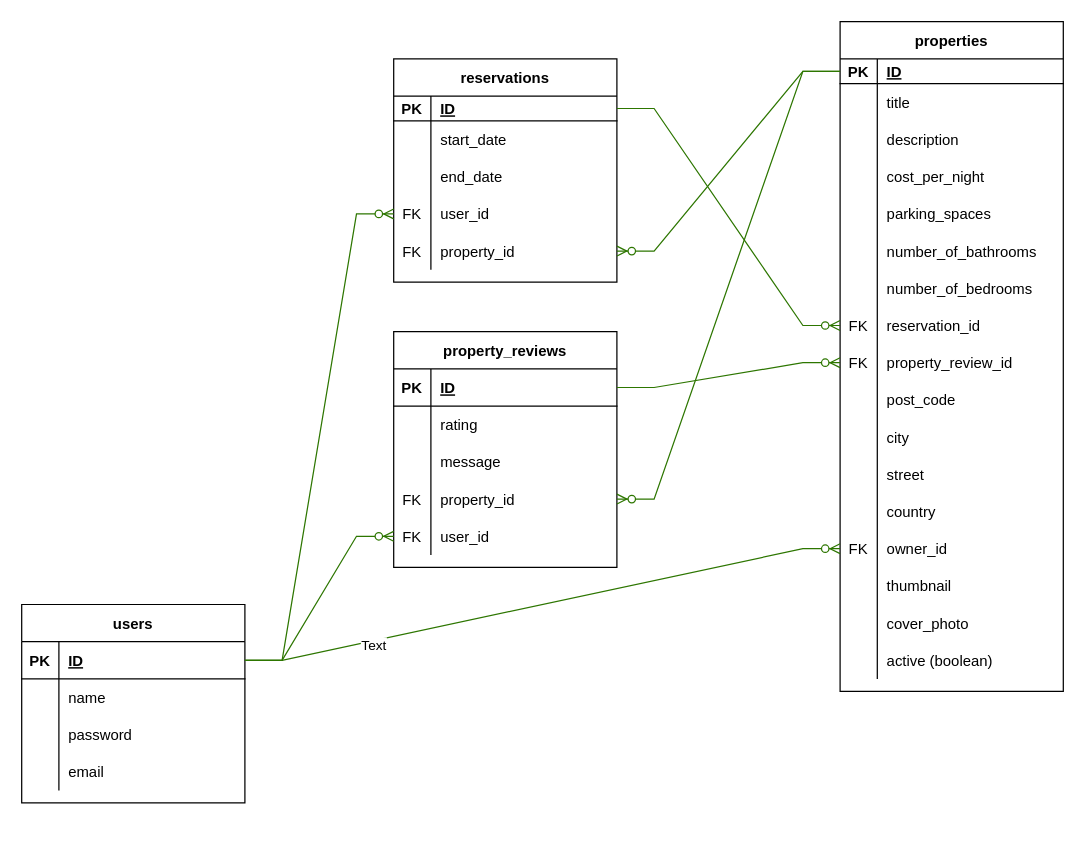
Earlier version of the draw.io diagram Untitled Diagram.drawio (Alvintol/BootcampX). Source tidied: cells renumbered, new cells numbered last; positions are measured from the earlier drawing's top-left corner, leaving out a move shared by most shapes. Both pictures are drawn from the tidied source at 124%, with x=0, y=0 at pixel (21, 21).
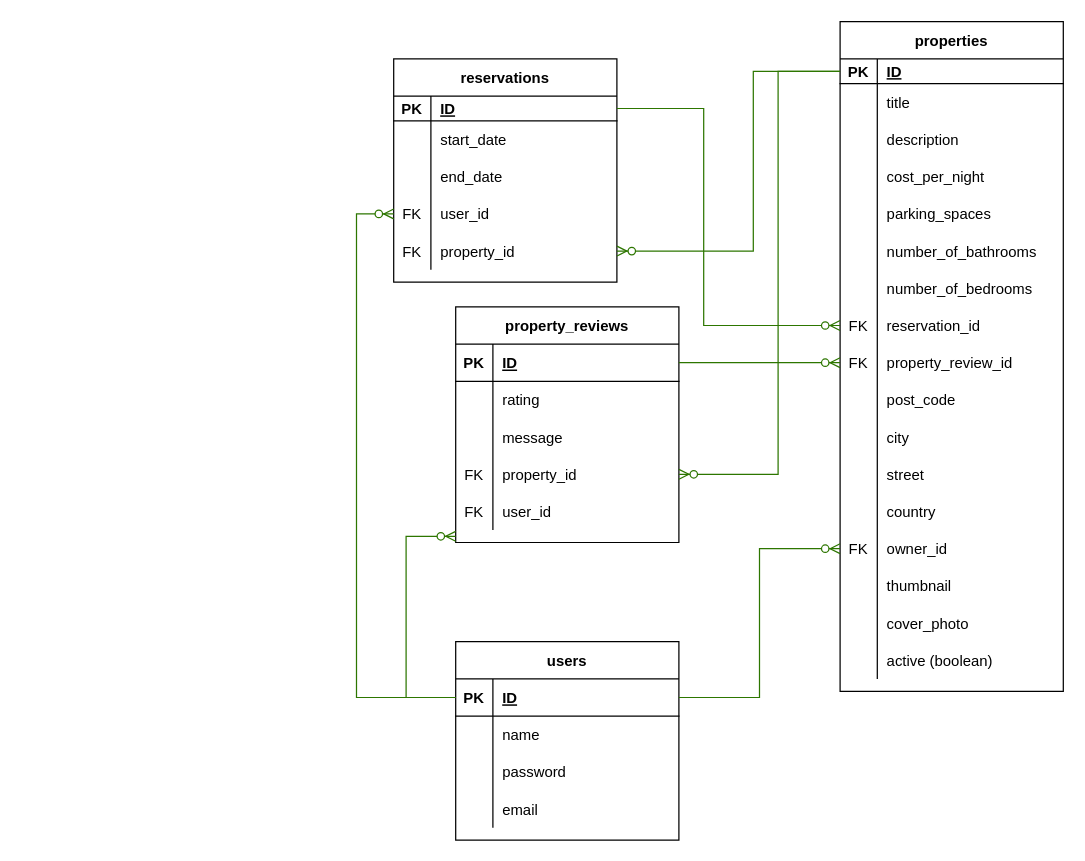
After the change.

Unchanged cells that the change refers to:
```xml
<mxCell id="12" style="shape=tableRow;horizontal=0;startSize=0;swimlaneHead=0;swimlaneBody=0;fillColor=none;points=[[0,0.5],[1,0.5]];portConstraint=eastwest;top=0;left=0;right=0;bottom=0;" parent="2" vertex="1">
  <mxGeometry y="120" width="180" height="30" as="geometry" />
</mxCell>
<mxCell id="15" style="shape=tableRow;horizontal=0;startSize=0;swimlaneHead=0;swimlaneBody=0;fillColor=none;points=[[0,0.5],[1,0.5]];portConstraint=eastwest;top=0;left=0;right=0;bottom=0;" parent="2" vertex="1">
  <mxGeometry y="150" width="180" height="30" as="geometry" />
</mxCell>
<mxCell id="19" style="shape=tableRow;horizontal=0;startSize=0;swimlaneHead=0;swimlaneBody=0;fillColor=none;points=[[0,0.5],[1,0.5]];portConstraint=eastwest;top=0;left=0;right=0;bottom=1;" parent="18" vertex="1">
  <mxGeometry y="30" width="180" height="30" as="geometry" />
</mxCell>
<mxCell id="32" style="shape=tableRow;horizontal=0;startSize=0;swimlaneHead=0;swimlaneBody=0;fillColor=none;points=[[0,0.5],[1,0.5]];portConstraint=eastwest;top=0;left=0;right=0;bottom=1;" parent="31" vertex="1">
  <mxGeometry y="30" width="180" height="20" as="geometry" />
</mxCell>
<mxCell id="41" style="shape=tableRow;horizontal=0;startSize=0;swimlaneHead=0;swimlaneBody=0;fillColor=none;points=[[0,0.5],[1,0.5]];portConstraint=eastwest;top=0;left=0;right=0;bottom=0;" parent="31" vertex="1">
  <mxGeometry y="110" width="180" height="30" as="geometry" />
</mxCell>
<mxCell id="44" style="shape=tableRow;horizontal=0;startSize=0;swimlaneHead=0;swimlaneBody=0;fillColor=none;points=[[0,0.5],[1,0.5]];portConstraint=eastwest;top=0;left=0;right=0;bottom=0;" parent="31" vertex="1">
  <mxGeometry y="140" width="180" height="30" as="geometry" />
</mxCell>
<mxCell id="48" style="shape=tableRow;horizontal=0;startSize=0;swimlaneHead=0;swimlaneBody=0;fillColor=none;points=[[0,0.5],[1,0.5]];portConstraint=eastwest;top=0;left=0;right=0;bottom=1;" parent="47" vertex="1">
  <mxGeometry y="30" width="180" height="20" as="geometry" />
</mxCell>
<mxCell id="69" style="shape=tableRow;horizontal=0;startSize=0;swimlaneHead=0;swimlaneBody=0;fillColor=none;points=[[0,0.5],[1,0.5]];portConstraint=eastwest;top=0;left=0;right=0;bottom=0;" parent="47" vertex="1">
  <mxGeometry y="230" width="180" height="30" as="geometry" />
</mxCell>
<mxCell id="87" style="shape=tableRow;horizontal=0;startSize=0;swimlaneHead=0;swimlaneBody=0;fillColor=none;points=[[0,0.5],[1,0.5]];portConstraint=eastwest;top=0;left=0;right=0;bottom=0;" parent="47" vertex="1">
  <mxGeometry y="410" width="180" height="30" as="geometry" />
</mxCell>
```

What changed in the source:
```diff
@@
     <mxCell id="2" value="property_reviews" style="shape=table;startSize=30;childLayout=tableLayout;rowLines=0;fontStyle=1;align=center;" parent="1" vertex="1">
-      <mxGeometry x="300" y="250" width="180" height="190" as="geometry" />
+      <mxGeometry x="350" y="230" width="180" height="190" as="geometry" />
     </mxCell>
@@
     <mxCell id="18" value="users" style="shape=table;startSize=30;childLayout=tableLayout;rowLines=0;fontStyle=1;align=center;" parent="1" vertex="1">
-      <mxGeometry y="470" width="180" height="160" as="geometry" />
+      <mxGeometry x="350" y="500" width="180" height="160" as="geometry" />
     </mxCell>
@@
-    <mxCell id="99" style="edgeStyle=entityRelationEdgeStyle;fontSize=12;html=1;endArrow=ERzeroToMany;endFill=1;rounded=0;fillColor=#60a917;strokeColor=#2D7600;entryX=0;entryY=0.5;entryDx=0;entryDy=0;exitX=1;exitY=0.5;exitDx=0;exitDy=0;" parent="1" edge="1" source="19" target="15">
-      <mxGeometry relative="1" as="geometry" />
+    <mxCell id="99" style="edgeStyle=elbowEdgeStyle;fontSize=12;html=1;endArrow=ERzeroToMany;endFill=1;rounded=0;fillColor=#60a917;strokeColor=#2D7600;exitX=0;exitY=0.5;exitDx=0;exitDy=0;" parent="1" edge="1" source="19">
+      <mxGeometry relative="1" as="geometry">
+        <mxPoint x="350" y="415" as="targetPoint" />
+        <Array as="points">
+          <mxPoint x="310" y="480" />
+        </Array>
+      </mxGeometry>
     </mxCell>
-    <mxCell id="100" style="edgeStyle=entityRelationEdgeStyle;fontSize=12;html=1;endArrow=ERzeroToMany;endFill=1;rounded=0;exitX=1;exitY=0.5;exitDx=0;exitDy=0;entryX=0;entryY=0.5;entryDx=0;entryDy=0;fillColor=#60a917;strokeColor=#2D7600;" parent="1" edge="1" source="32" target="69">
-      <mxGeometry relative="1" as="geometry" />
+    <mxCell id="100" style="edgeStyle=elbowEdgeStyle;fontSize=12;html=1;endArrow=ERzeroToMany;endFill=1;rounded=0;exitX=1;exitY=0.5;exitDx=0;exitDy=0;entryX=0;entryY=0.5;entryDx=0;entryDy=0;fillColor=#60a917;strokeColor=#2D7600;" parent="1" edge="1" source="32" target="69">
+      <mxGeometry relative="1" as="geometry">
+        <Array as="points">
+          <mxPoint x="550" y="160" />
+        </Array>
+      </mxGeometry>
     </mxCell>
-    <mxCell id="101" style="edgeStyle=entityRelationEdgeStyle;fontSize=12;html=1;endArrow=ERzeroToMany;endFill=1;rounded=0;exitX=1;exitY=0.5;exitDx=0;exitDy=0;fillColor=#60a917;strokeColor=#2D7600;entryX=0;entryY=0.5;entryDx=0;entryDy=0;" parent="1" edge="1" source="19" target="41">
-      <mxGeometry relative="1" as="geometry" />
+    <mxCell id="101" style="edgeStyle=elbowEdgeStyle;fontSize=12;html=1;endArrow=ERzeroToMany;endFill=1;rounded=0;fillColor=#60a917;strokeColor=#2D7600;exitX=0;exitY=0.5;exitDx=0;exitDy=0;entryX=0;entryY=0.5;entryDx=0;entryDy=0;" parent="1" edge="1" source="19" target="41">
+      <mxGeometry relative="1" as="geometry">
+        <Array as="points">
+          <mxPoint x="270" y="330" />
+        </Array>
+      </mxGeometry>
     </mxCell>
@@
-    <mxCell id="103" style="edgeStyle=entityRelationEdgeStyle;fontSize=12;html=1;endArrow=ERzeroToMany;endFill=1;rounded=0;exitX=0;exitY=0.5;exitDx=0;exitDy=0;entryX=1;entryY=0.5;entryDx=0;entryDy=0;fillColor=#60a917;strokeColor=#2D7600;" parent="1" edge="1" source="48" target="12">
-      <mxGeometry relative="1" as="geometry" />
+    <mxCell id="103" style="edgeStyle=elbowEdgeStyle;fontSize=12;html=1;endArrow=ERzeroToMany;endFill=1;rounded=0;exitX=0;exitY=0.5;exitDx=0;exitDy=0;entryX=1;entryY=0.5;entryDx=0;entryDy=0;fillColor=#60a917;strokeColor=#2D7600;" parent="1" edge="1" source="48" target="12">
+      <mxGeometry relative="1" as="geometry">
+        <Array as="points">
+          <mxPoint x="610" y="350" />
+        </Array>
+      </mxGeometry>
     </mxCell>
-    <mxCell id="104" style="edgeStyle=entityRelationEdgeStyle;fontSize=12;html=1;endArrow=ERzeroToMany;endFill=1;rounded=0;exitX=0;exitY=0.5;exitDx=0;exitDy=0;entryX=1;entryY=0.5;entryDx=0;entryDy=0;fillColor=#60a917;strokeColor=#2D7600;" parent="1" edge="1" source="48" target="44">
-      <mxGeometry relative="1" as="geometry" />
+    <mxCell id="104" style="edgeStyle=elbowEdgeStyle;fontSize=12;html=1;endArrow=ERzeroToMany;endFill=1;rounded=0;exitX=0;exitY=0.5;exitDx=0;exitDy=0;entryX=1;entryY=0.5;entryDx=0;entryDy=0;fillColor=#60a917;strokeColor=#2D7600;" parent="1" edge="1" source="48" target="44">
+      <mxGeometry relative="1" as="geometry">
+        <Array as="points">
+          <mxPoint x="590" y="110" />
+        </Array>
+      </mxGeometry>
     </mxCell>
-    <mxCell id="105" style="edgeStyle=entityRelationEdgeStyle;fontSize=12;html=1;endArrow=ERzeroToMany;endFill=1;rounded=0;exitX=1;exitY=0.5;exitDx=0;exitDy=0;entryX=0;entryY=0.5;entryDx=0;entryDy=0;fillColor=#60a917;strokeColor=#2D7600;" parent="1" edge="1" source="19" target="87">
+    <mxCell id="105" style="edgeStyle=elbowEdgeStyle;fontSize=12;html=1;endArrow=ERzeroToMany;endFill=1;rounded=0;exitX=1;exitY=0.5;exitDx=0;exitDy=0;entryX=0;entryY=0.5;entryDx=0;entryDy=0;fillColor=#60a917;strokeColor=#2D7600;" parent="1" edge="1" source="19" target="87">
       <mxGeometry relative="1" as="geometry" />
     </mxCell>
-    <mxCell id="106" value="Text" style="edgeLabel;html=1;align=center;verticalAlign=middle;" parent="105" vertex="1">
-      <mxGeometry x="-0.57" y="-3" relative="1" as="geometry" />
-    </mxCell>
```
